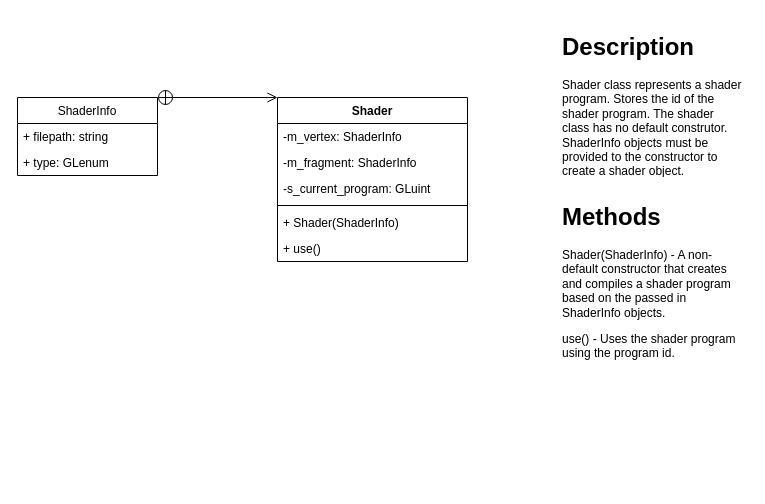
The draw.io diagram docs/Shader.drawio in LowFire/blazer3d, before the edit. Source tidied: cells renumbered, new cells numbered last; positions are measured from the earlier drawing's top-left corner, leaving out a move shared by most shapes. Both pictures are drawn from the tidied source at 100%, with x=0, y=0 at pixel (17, 27).
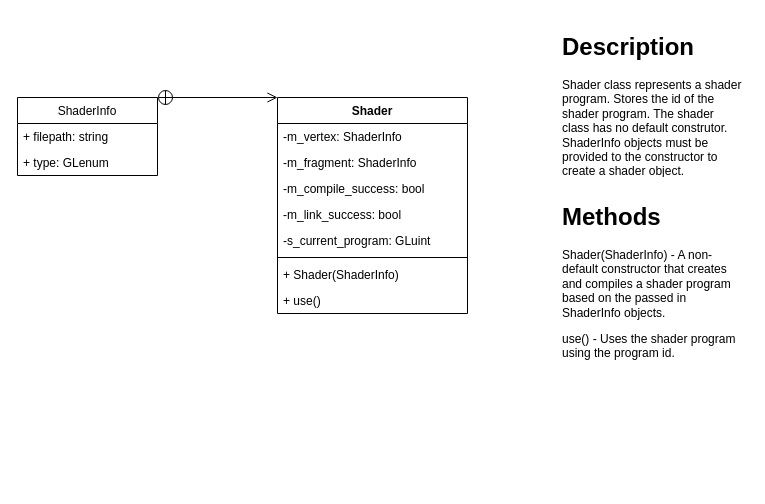
The same diagram, later.

Commit message (it also covers changes not shown here):
Implemented compile and link test.

What changed in the source:
```diff
@@
 <mxGraphModel>
   <root>
     <mxCell id="0" />
     <mxCell id="1" parent="0" />
     <mxCell id="2" value="Shader" style="swimlane;fontStyle=1;align=center;verticalAlign=top;horizontal=1;startSize=26;" parent="1" vertex="1">
-      <mxGeometry x="260" y="70" width="190" height="164" as="geometry" />
+      <mxGeometry x="260" y="70" width="190" height="216" as="geometry" />
     </mxCell>
     <mxCell id="3" value="-m_vertex: ShaderInfo" style="text;strokeColor=none;fillColor=none;align=left;verticalAlign=top;spacingLeft=4;spacingRight=4;overflow=hidden;" parent="2" vertex="1">
       <mxGeometry y="26" width="190" height="26" as="geometry" />
     </mxCell>
+    <mxCell id="15" value="-m_fragment: ShaderInfo" style="text;strokeColor=none;fillColor=none;align=left;verticalAlign=top;spacingLeft=4;spacingRight=4;overflow=hidden;" parent="2" vertex="1">
+      <mxGeometry y="52" width="190" height="26" as="geometry" />
+    </mxCell>
+    <mxCell id="16" value="-m_compile_success: bool" style="text;strokeColor=none;fillColor=none;align=left;verticalAlign=top;spacingLeft=4;spacingRight=4;overflow=hidden;" parent="2" vertex="1">
+      <mxGeometry y="78" width="190" height="26" as="geometry" />
+    </mxCell>
-    <mxCell id="4" value="-m_fragment: ShaderInfo" style="text;strokeColor=none;fillColor=none;align=left;verticalAlign=top;spacingLeft=4;spacingRight=4;overflow=hidden;" parent="2" vertex="1">
-      <mxGeometry y="52" width="190" height="26" as="geometry" />
+    <mxCell id="4" value="-m_link_success: bool" style="text;strokeColor=none;fillColor=none;align=left;verticalAlign=top;spacingLeft=4;spacingRight=4;overflow=hidden;" parent="2" vertex="1">
+      <mxGeometry y="104" width="190" height="26" as="geometry" />
     </mxCell>
     <mxCell id="5" value="-s_current_program: GLuint" style="text;strokeColor=none;fillColor=none;align=left;verticalAlign=top;spacingLeft=4;spacingRight=4;overflow=hidden;" parent="2" vertex="1">
-      <mxGeometry y="78" width="190" height="26" as="geometry" />
+      <mxGeometry y="130" width="190" height="26" as="geometry" />
     </mxCell>
     <mxCell id="6" style="line;strokeWidth=1;fillColor=none;align=left;verticalAlign=middle;spacingTop=-1;spacingLeft=3;spacingRight=3;labelPosition=right;" parent="2" vertex="1">
-      <mxGeometry y="104" width="190" height="8" as="geometry" />
+      <mxGeometry y="156" width="190" height="8" as="geometry" />
     </mxCell>
     <mxCell id="7" value="+ Shader(ShaderInfo)" style="text;strokeColor=none;fillColor=none;align=left;verticalAlign=top;spacingLeft=4;spacingRight=4;overflow=hidden;" parent="2" vertex="1">
-      <mxGeometry y="112" width="190" height="26" as="geometry" />
+      <mxGeometry y="164" width="190" height="26" as="geometry" />
     </mxCell>
     <mxCell id="8" value="+ use()" style="text;strokeColor=none;fillColor=none;align=left;verticalAlign=top;spacingLeft=4;spacingRight=4;overflow=hidden;" parent="2" vertex="1">
-      <mxGeometry y="138" width="190" height="26" as="geometry" />
+      <mxGeometry y="190" width="190" height="26" as="geometry" />
     </mxCell>
     <mxCell id="9" value="ShaderInfo" style="swimlane;fontStyle=0;horizontal=1;startSize=26;fillColor=none;" parent="1" vertex="1">
       <mxGeometry y="70" width="140" height="78" as="geometry" />
     </mxCell>
     <mxCell id="10" value="+ filepath: string" style="text;strokeColor=none;fillColor=none;align=left;verticalAlign=top;spacingLeft=4;spacingRight=4;overflow=hidden;" parent="9" vertex="1">
       <mxGeometry y="26" width="140" height="26" as="geometry" />
     </mxCell>
     <mxCell id="11" value="+ type: GLenum" style="text;strokeColor=none;fillColor=none;align=left;verticalAlign=top;spacingLeft=4;spacingRight=4;overflow=hidden;" parent="9" vertex="1">
       <mxGeometry y="52" width="140" height="26" as="geometry" />
     </mxCell>
     <mxCell id="12" style="endArrow=open;startArrow=circlePlus;endFill=0;startFill=0;endSize=8;html=1;exitX=1;exitY=0;exitDx=0;exitDy=0;entryX=0;entryY=0;entryDx=0;entryDy=0;entryPerimeter=0;" parent="1" edge="1" source="9" target="2">
       <mxGeometry relative="1" as="geometry" />
     </mxCell>
     <mxCell id="13" value="&lt;h1&gt;Description&lt;/h1&gt;&lt;p&gt;Shader class represents a shader program. Stores the id of the shader program. The shader class has no default construtor. ShaderInfo objects must be provided to the constructor to create a shader object.&lt;/p&gt;" style="text;html=1;strokeColor=none;fillColor=none;spacing=5;spacingTop=-20;whiteSpace=wrap;overflow=hidden;rounded=0;" parent="1" vertex="1">
       <mxGeometry x="540" width="190" height="150" as="geometry" />
     </mxCell>
-    <mxCell id="14" value="&lt;h1&gt;Methods&lt;/h1&gt;&lt;p&gt;&lt;span&gt;Shader(ShaderInfo) - A non-default constructor that creates and compiles a shader program based on the passed in ShaderInfo objects.&lt;/span&gt;&lt;br&gt;&lt;/p&gt;&lt;p&gt;&lt;span&gt;use() - Uses the shader program using the program id.&lt;/span&gt;&lt;br&gt;&lt;/p&gt;" style="text;html=1;strokeColor=none;fillColor=none;spacing=5;spacingTop=-20;whiteSpace=wrap;overflow=hidden;rounded=0;" parent="1" vertex="1">
-      <mxGeometry x="540" y="170" width="190" height="220" as="geometry" />
+    <mxCell id="14" value="&lt;h1&gt;Methods&lt;/h1&gt;&lt;p&gt;&lt;span&gt;Shader(ShaderInfo) - A non-default constructor that creates and compiles a shader program based on the passed in ShaderInfo objects.&lt;/span&gt;&lt;br&gt;&lt;/p&gt;&lt;p&gt;&lt;span&gt;use() - Uses the shader program using the program id.&lt;/span&gt;&lt;/p&gt;" style="text;html=1;strokeColor=none;fillColor=none;spacing=5;spacingTop=-20;whiteSpace=wrap;overflow=hidden;rounded=0;" parent="1" vertex="1">
+      <mxGeometry x="540" y="170" width="190" height="290" as="geometry" />
     </mxCell>
   </root>
 </mxGraphModel>
```
